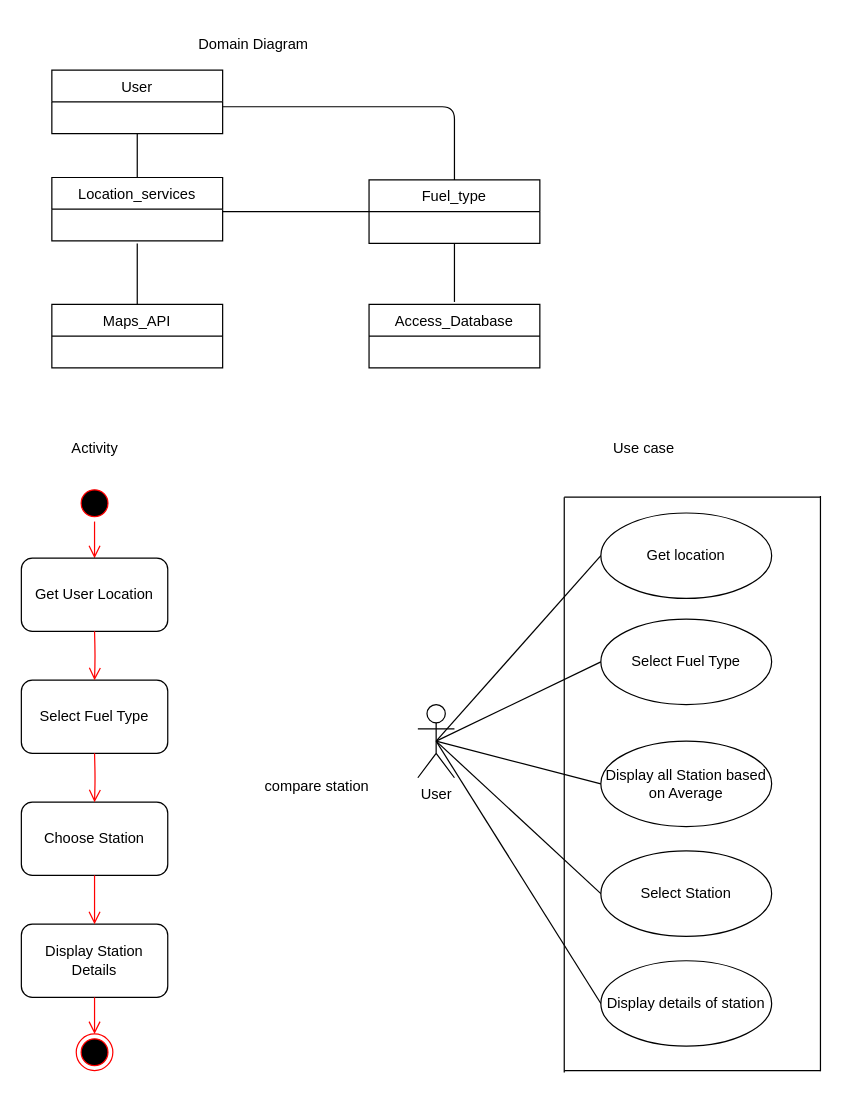
Earlier version of the draw.io diagram Untitled Diagram.drawio (amarnadh6/ase). Source tidied: cells renumbered, new cells numbered last; positions are measured from the earlier drawing's top-left corner, leaving out a move shared by most shapes. Both pictures are drawn from the tidied source at 122%, with x=0, y=0 at pixel (21, 32).
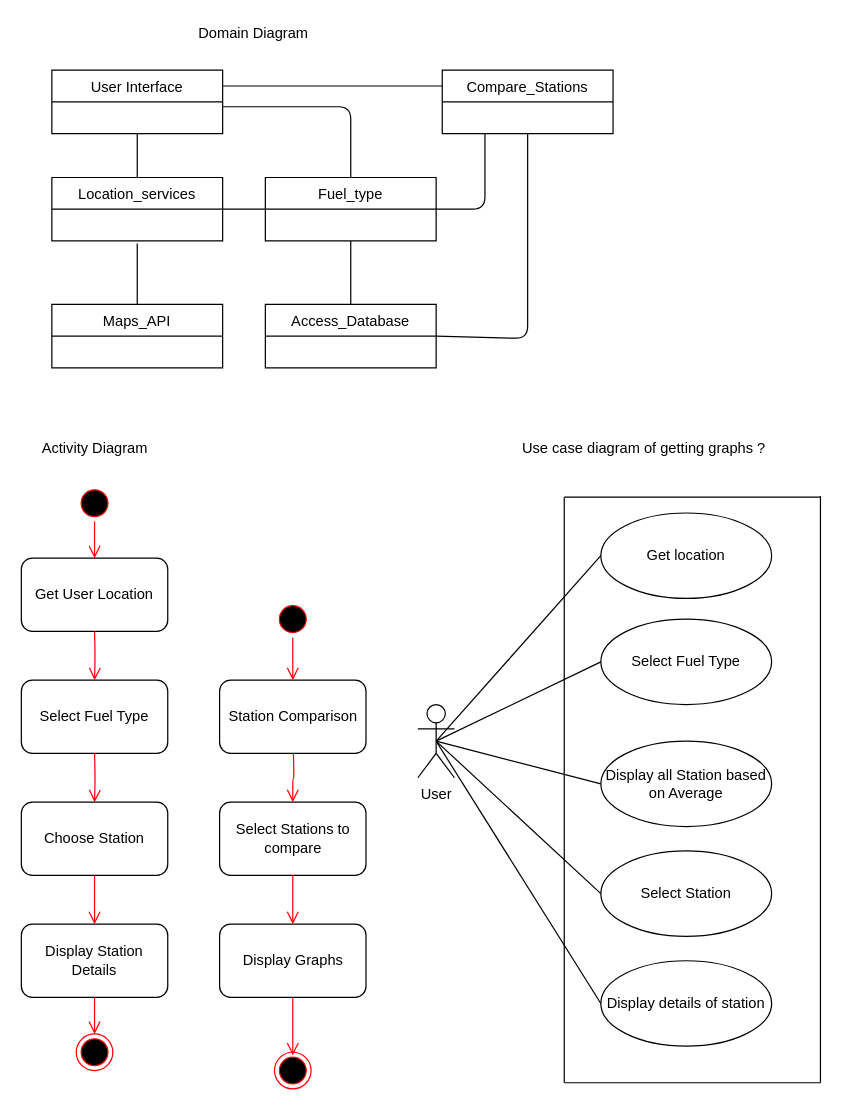
The same page after the edit.

Unchanged cells that the change refers to:
```xml
<mxCell id="2" value="Location_services" style="swimlane;fontStyle=0;horizontal=1;startSize=26;fillColor=none;" parent="1" vertex="1">
  <mxGeometry x="25" y="119" width="140" height="52" as="geometry" />
</mxCell>
```

What changed in the source:
```diff
@@
-    <mxCell id="3" value="User" style="swimlane;fontStyle=0;horizontal=1;startSize=26;fillColor=none;" parent="1" vertex="1">
+    <mxCell id="3" value="User Interface" style="swimlane;fontStyle=0;horizontal=1;startSize=26;fillColor=none;" parent="1" vertex="1">
       <mxGeometry x="25" y="31" width="140" height="52" as="geometry" />
     </mxCell>
     <mxCell id="4" value="Fuel_type" style="swimlane;fontStyle=0;horizontal=1;startSize=26;fillColor=none;" parent="1" vertex="1">
-      <mxGeometry x="285" y="121" width="140" height="52" as="geometry" />
+      <mxGeometry x="200" y="119" width="140" height="52" as="geometry" />
     </mxCell>
     <mxCell id="5" value="Access_Database" style="swimlane;fontStyle=0;horizontal=1;startSize=26;fillColor=none;" parent="1" vertex="1">
-      <mxGeometry x="285" y="223" width="140" height="52" as="geometry" />
+      <mxGeometry x="200" y="223" width="140" height="52" as="geometry" />
     </mxCell>
@@
     <mxCell id="9" style="endArrow=none;html=1;entryX=0.5;entryY=0;entryDx=0;entryDy=0;" parent="1" edge="1" target="4">
       <mxGeometry relative="1" as="geometry">
         <mxPoint x="165" y="61" as="sourcePoint" />
         <Array as="points">
-          <mxPoint x="355" y="61" />
+          <mxPoint x="270" y="61" />
         </Array>
       </mxGeometry>
     </mxCell>
-    <mxCell id="10" style="endArrow=none;html=1;entryX=0;entryY=0.5;entryDx=0;entryDy=0;" parent="1" edge="1" target="4">
-      <mxGeometry relative="1" as="geometry">
-        <mxPoint x="165" y="147" as="sourcePoint" />
-      </mxGeometry>
+    <mxCell id="10" style="endArrow=none;html=1;entryX=0;entryY=0.5;entryDx=0;entryDy=0;exitX=1;exitY=0.5;exitDx=0;exitDy=0;" parent="1" edge="1" source="2" target="4">
+      <mxGeometry relative="1" as="geometry" />
     </mxCell>
-    <mxCell id="11" style="endArrow=none;html=1;entryX=0.5;entryY=1;entryDx=0;entryDy=0;" parent="1" edge="1" target="4">
-      <mxGeometry relative="1" as="geometry">
-        <mxPoint x="355" y="221" as="sourcePoint" />
-      </mxGeometry>
+    <mxCell id="11" style="endArrow=none;html=1;entryX=0.5;entryY=1;entryDx=0;entryDy=0;exitX=0.5;exitY=0;exitDx=0;exitDy=0;" parent="1" edge="1" source="5" target="4">
+      <mxGeometry relative="1" as="geometry" />
     </mxCell>
     <mxCell id="12" value="Domain Diagram" style="text;html=1;align=center;verticalAlign=middle;" parent="1" vertex="1">
-      <mxGeometry x="135" width="110" height="20" as="geometry" />
+      <mxGeometry x="135" y="-9" width="110" height="20" as="geometry" />
     </mxCell>
-    <mxCell id="13" value="Activity" style="text;html=1;align=center;verticalAlign=middle;" parent="1" vertex="1">
-      <mxGeometry x="35" y="331" width="50" height="20" as="geometry" />
+    <mxCell id="13" value="Activity Diagram" style="text;html=1;align=center;verticalAlign=middle;" parent="1" vertex="1">
+      <mxGeometry x="10" y="331" width="100" height="20" as="geometry" />
     </mxCell>
@@
-    <mxCell id="25" value="Use case" style="text;html=1;align=center;verticalAlign=middle;" parent="1" vertex="1">
-      <mxGeometry x="475" y="331" width="70" height="20" as="geometry" />
+    <mxCell id="25" value="Use case diagram of getting graphs ?" style="text;html=1;align=center;verticalAlign=middle;" parent="1" vertex="1">
+      <mxGeometry x="405" y="331" width="210" height="20" as="geometry" />
     </mxCell>
@@
     <mxCell id="32" style="endArrow=none;html=1;" parent="1" edge="1">
       <mxGeometry relative="1" as="geometry">
-        <mxPoint x="445" y="852.6" as="sourcePoint" />
+        <mxPoint x="445" y="861" as="sourcePoint" />
         <mxPoint x="445" y="381" as="targetPoint" />
       </mxGeometry>
     </mxCell>
     <mxCell id="33" style="endArrow=none;html=1;" parent="1" edge="1">
       <mxGeometry relative="1" as="geometry">
-        <mxPoint x="655" y="851.6" as="sourcePoint" />
+        <mxPoint x="655" y="861" as="sourcePoint" />
         <mxPoint x="655" y="380" as="targetPoint" />
       </mxGeometry>
     </mxCell>
     <mxCell id="34" style="endArrow=none;html=1;" parent="1" edge="1">
       <mxGeometry relative="1" as="geometry">
-        <mxPoint x="445" y="851" as="sourcePoint" />
-        <mxPoint x="655" y="851" as="targetPoint" />
+        <mxPoint x="445" y="861" as="sourcePoint" />
+        <mxPoint x="655" y="861" as="targetPoint" />
       </mxGeometry>
     </mxCell>
@@
-    <mxCell id="41" value="compare station" style="text;html=1;align=center;verticalAlign=middle;" parent="1" vertex="1">
-      <mxGeometry x="192" y="608" width="100" height="20" as="geometry" />
-    </mxCell>
+    <mxCell id="42" value="Station Comparison" style="rounded=1;whiteSpace=wrap;html=1;" parent="1" vertex="1">
+      <mxGeometry x="162.5" y="531" width="120" height="60" as="geometry" />
+    </mxCell>
+    <mxCell id="43" value="Select Stations to compare" style="rounded=1;whiteSpace=wrap;html=1;" parent="1" vertex="1">
+      <mxGeometry x="162.5" y="631" width="120" height="60" as="geometry" />
+    </mxCell>
+    <mxCell id="44" value="Display Graphs" style="rounded=1;whiteSpace=wrap;html=1;" parent="1" vertex="1">
+      <mxGeometry x="162.5" y="731" width="120" height="60" as="geometry" />
+    </mxCell>
+    <mxCell id="45" style="ellipse;html=1;shape=startState;fillColor=#000000;strokeColor=#ff0000;" parent="1" vertex="1">
+      <mxGeometry x="207.5" y="466" width="30" height="30" as="geometry" />
+    </mxCell>
+    <mxCell id="46" style="edgeStyle=orthogonalEdgeStyle;html=1;verticalAlign=bottom;endArrow=open;endSize=8;strokeColor=#ff0000;" parent="1" edge="1" source="45" target="42">
+      <mxGeometry relative="1" as="geometry" />
+    </mxCell>
+    <mxCell id="47" style="edgeStyle=orthogonalEdgeStyle;html=1;verticalAlign=bottom;endArrow=open;endSize=8;strokeColor=#ff0000;entryX=0.5;entryY=0;entryDx=0;entryDy=0;" parent="1" edge="1" target="43">
+      <mxGeometry relative="1" as="geometry">
+        <mxPoint x="223" y="591" as="sourcePoint" />
+      </mxGeometry>
+    </mxCell>
+    <mxCell id="48" style="edgeStyle=orthogonalEdgeStyle;html=1;verticalAlign=bottom;endArrow=open;endSize=8;strokeColor=#ff0000;exitX=0.5;exitY=1;exitDx=0;exitDy=0;entryX=0.5;entryY=0;entryDx=0;entryDy=0;" parent="1" edge="1" source="43" target="44">
+      <mxGeometry relative="1" as="geometry" />
+    </mxCell>
+    <mxCell id="49" style="edgeStyle=orthogonalEdgeStyle;html=1;verticalAlign=bottom;endArrow=open;endSize=8;strokeColor=#ff0000;exitX=0.5;exitY=1;exitDx=0;exitDy=0;" parent="1" edge="1" source="44">
+      <mxGeometry relative="1" as="geometry">
+        <mxPoint x="222.5" y="838.5" as="targetPoint" />
+      </mxGeometry>
+    </mxCell>
+    <mxCell id="50" style="ellipse;html=1;shape=endState;fillColor=#000000;strokeColor=#ff0000;" parent="1" vertex="1">
+      <mxGeometry x="207.5" y="836" width="30" height="30" as="geometry" />
+    </mxCell>
+    <mxCell id="51" value="Compare_Stations" style="swimlane;fontStyle=0;horizontal=1;startSize=26;fillColor=none;" parent="1" vertex="1">
+      <mxGeometry x="345" y="31" width="140" height="52" as="geometry" />
+    </mxCell>
+    <mxCell id="52" style="endArrow=none;html=1;entryX=0;entryY=0.25;entryDx=0;entryDy=0;exitX=1;exitY=0.25;exitDx=0;exitDy=0;" parent="1" edge="1" source="3" target="51">
+      <mxGeometry relative="1" as="geometry" />
+    </mxCell>
+    <mxCell id="53" style="endArrow=none;html=1;entryX=0.5;entryY=1;entryDx=0;entryDy=0;exitX=1;exitY=0.5;exitDx=0;exitDy=0;" parent="1" edge="1" source="5" target="51">
+      <mxGeometry relative="1" as="geometry">
+        <Array as="points">
+          <mxPoint x="415" y="251" />
+        </Array>
+      </mxGeometry>
+    </mxCell>
+    <mxCell id="54" style="endArrow=none;html=1;entryX=0.25;entryY=1;entryDx=0;entryDy=0;exitX=1;exitY=0.5;exitDx=0;exitDy=0;" parent="1" edge="1" source="4" target="51">
+      <mxGeometry relative="1" as="geometry">
+        <Array as="points">
+          <mxPoint x="380" y="145" />
+        </Array>
+      </mxGeometry>
+    </mxCell>
```
